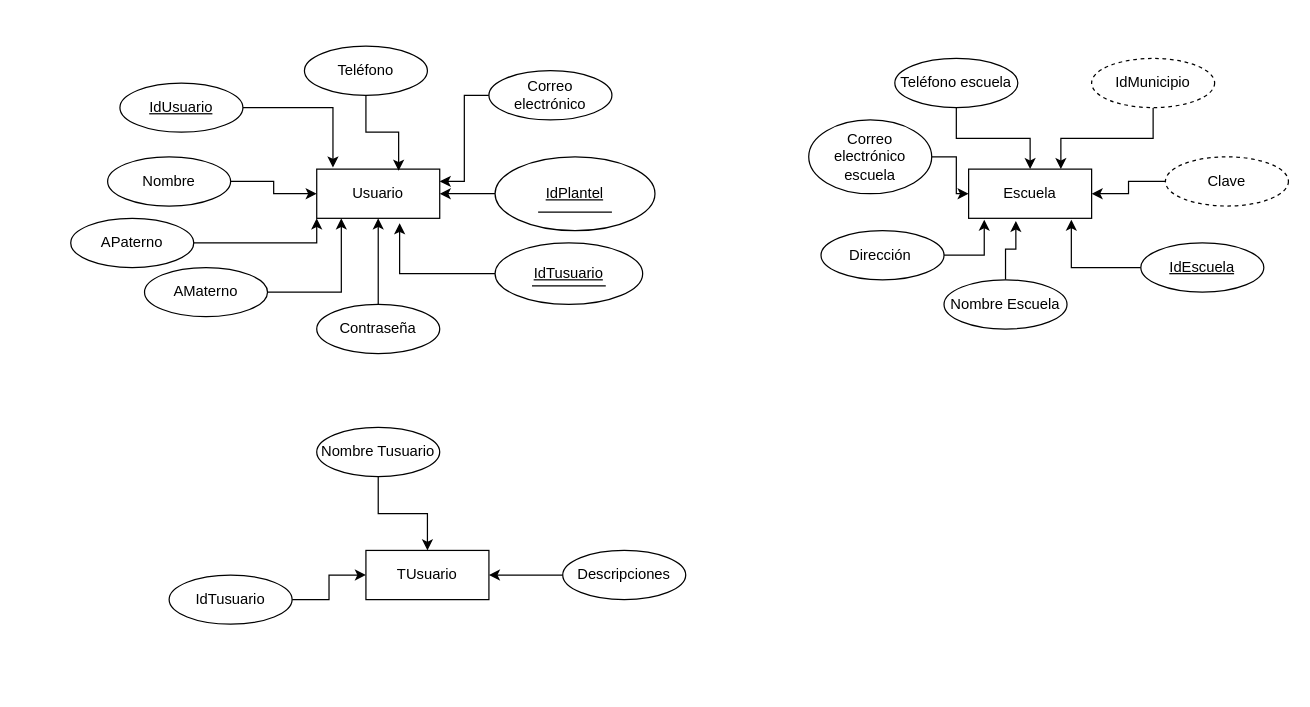
The draw.io diagram page "Modelo ER" (1 of 2) of ER_405.drawio in AlbV5/Contruction_BD, before the edit. Source tidied: cells renumbered, new cells numbered last; positions are measured from the earlier drawing's top-left corner, leaving out a move shared by most shapes. Both pictures are drawn from the tidied source at 123%, with x=0, y=0 at pixel (70, 46).
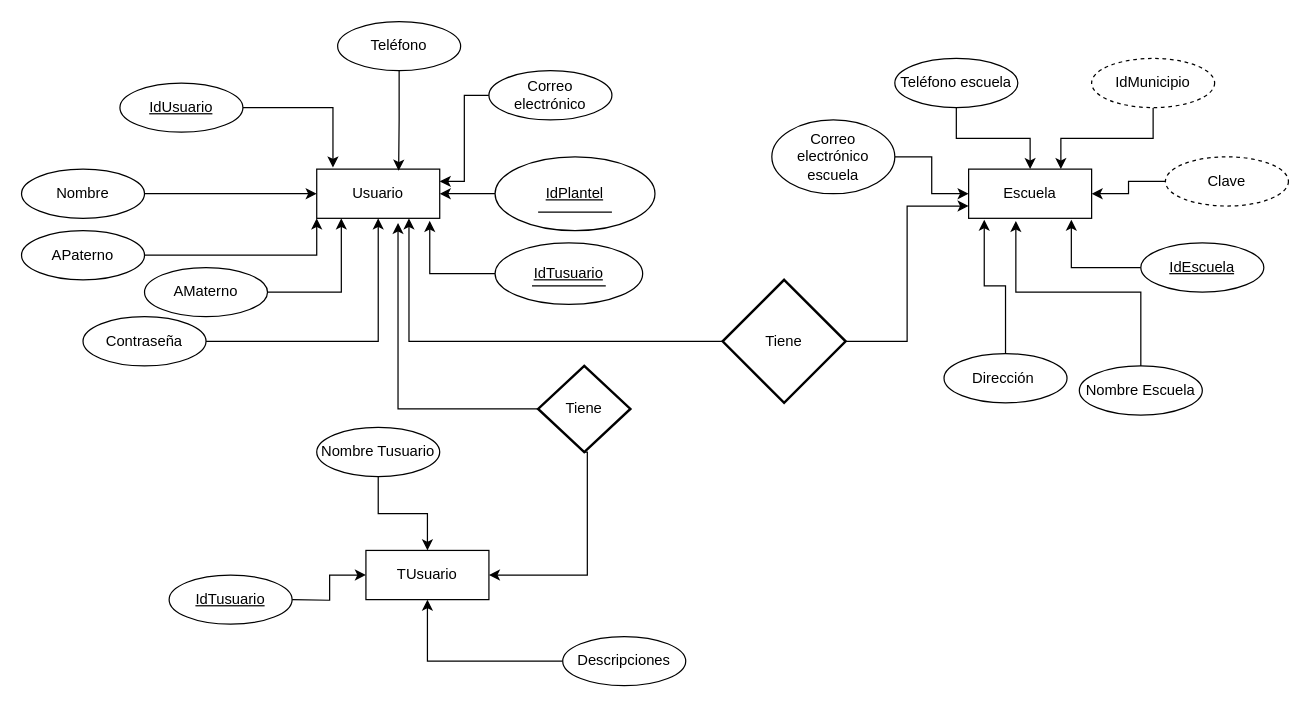
Above is the later version.

Unchanged cells that the change refers to:
```xml
<mxCell id="4" value="Usuario" style="whiteSpace=wrap;html=1;align=center;" parent="1" vertex="1">
  <mxGeometry x="200" y="100" width="100" height="40" as="geometry" />
</mxCell>
<mxCell id="17" value="IdTusuario" style="ellipse;whiteSpace=wrap;html=1;align=center;fontStyle=4;" parent="1" vertex="1">
  <mxGeometry x="345" y="160" width="120" height="50" as="geometry" />
</mxCell>
<mxCell id="24" value="Escuela" style="whiteSpace=wrap;html=1;align=center;" parent="1" vertex="1">
  <mxGeometry x="730" y="100" width="100" height="40" as="geometry" />
</mxCell>
<mxCell id="39" value="TUsuario" style="whiteSpace=wrap;html=1;align=center;" parent="1" vertex="1">
  <mxGeometry x="240" y="410" width="100" height="40" as="geometry" />
</mxCell>
```

Change to the diagram source:
```diff
@@
     <mxCell id="6" value="Teléfono" style="ellipse;whiteSpace=wrap;html=1;align=center;" parent="1" vertex="1">
-      <mxGeometry x="190" width="100" height="40" as="geometry" />
+      <mxGeometry x="217" y="-20" width="100" height="40" as="geometry" />
     </mxCell>
@@
     <mxCell id="10" value="Contraseña" style="ellipse;whiteSpace=wrap;html=1;align=center;" parent="1" vertex="1">
-      <mxGeometry x="200" y="210" width="100" height="40" as="geometry" />
+      <mxGeometry x="10" y="220" width="100" height="40" as="geometry" />
     </mxCell>
@@
     <mxCell id="12" value="APaterno" style="ellipse;whiteSpace=wrap;html=1;align=center;" parent="1" vertex="1">
-      <mxGeometry y="140" width="100" height="40" as="geometry" />
+      <mxGeometry x="-40" y="150" width="100" height="40" as="geometry" />
     </mxCell>
@@
-    <mxCell id="16" style="edgeStyle=orthogonalEdgeStyle;rounded=0;jettySize=auto;html=1;entryX=0.674;entryY=1.1;entryDx=0;entryDy=0;entryPerimeter=0;" parent="1" edge="1" source="17" target="4">
+    <mxCell id="16" style="edgeStyle=orthogonalEdgeStyle;rounded=0;jettySize=auto;html=1;entryX=0.919;entryY=1.05;entryDx=0;entryDy=0;entryPerimeter=0;" parent="1" edge="1" source="17" target="4">
       <mxGeometry relative="1" as="geometry" />
     </mxCell>
@@
     <mxCell id="23" value="Nombre" style="ellipse;whiteSpace=wrap;html=1;align=center;" parent="1" vertex="1">
-      <mxGeometry x="30" y="90" width="100" height="40" as="geometry" />
+      <mxGeometry x="-40" y="100" width="100" height="40" as="geometry" />
     </mxCell>
@@
     <mxCell id="28" value="Correo electrónico escuela" style="ellipse;whiteSpace=wrap;html=1;align=center;" parent="1" vertex="1">
-      <mxGeometry x="600" y="60" width="100" height="60" as="geometry" />
+      <mxGeometry x="570" y="60" width="100" height="60" as="geometry" />
     </mxCell>
@@
     <mxCell id="30" value="Dirección&amp;nbsp;" style="ellipse;whiteSpace=wrap;html=1;align=center;" parent="1" vertex="1">
-      <mxGeometry x="610" y="150" width="100" height="40" as="geometry" />
+      <mxGeometry x="710" y="250" width="100" height="40" as="geometry" />
     </mxCell>
@@
     <mxCell id="32" value="Nombre Escuela" style="ellipse;whiteSpace=wrap;html=1;align=center;" parent="1" vertex="1">
-      <mxGeometry x="710" y="190" width="100" height="40" as="geometry" />
+      <mxGeometry x="820" y="260" width="100" height="40" as="geometry" />
     </mxCell>
@@
-    <mxCell id="42" style="edgeStyle=orthogonalEdgeStyle;rounded=0;jettySize=auto;html=1;" parent="1" edge="1" source="43" target="39">
+    <mxCell id="42" style="edgeStyle=orthogonalEdgeStyle;rounded=0;jettySize=auto;html=1;entryX=0.5;entryY=1;entryDx=0;entryDy=0;" parent="1" edge="1" source="43" target="39">
       <mxGeometry relative="1" as="geometry" />
     </mxCell>
     <mxCell id="43" value="Descripciones" style="ellipse;whiteSpace=wrap;html=1;align=center;" parent="1" vertex="1">
-      <mxGeometry x="400" y="410" width="100" height="40" as="geometry" />
+      <mxGeometry x="400" y="480" width="100" height="40" as="geometry" />
     </mxCell>
-    <mxCell id="44" style="edgeStyle=orthogonalEdgeStyle;rounded=0;jettySize=auto;html=1;" parent="1" edge="1" source="45" target="39">
-      <mxGeometry relative="1" as="geometry" />
+    <mxCell id="44" style="edgeStyle=orthogonalEdgeStyle;rounded=0;jettySize=auto;html=1;" parent="1" edge="1" target="39">
+      <mxGeometry relative="1" as="geometry">
+        <mxPoint x="180" y="450" as="sourcePoint" />
+      </mxGeometry>
     </mxCell>
+    <mxCell id="46" style="edgeStyle=orthogonalEdgeStyle;rounded=0;jettySize=auto;html=1;entryX=0.661;entryY=1.094;entryDx=0;entryDy=0;entryPerimeter=0;" parent="1" edge="1" source="48" target="4">
+      <mxGeometry relative="1" as="geometry" />
+    </mxCell>
+    <mxCell id="47" style="edgeStyle=orthogonalEdgeStyle;rounded=0;jettySize=auto;html=1;entryX=1;entryY=0.5;entryDx=0;entryDy=0;exitX=0.5;exitY=1;exitDx=0;exitDy=0;exitPerimeter=0;" parent="1" edge="1" source="48" target="39">
+      <mxGeometry relative="1" as="geometry">
+        <Array as="points">
+          <mxPoint x="420" y="330" />
+          <mxPoint x="420" y="430" />
+        </Array>
+      </mxGeometry>
+    </mxCell>
+    <mxCell id="48" value="Tiene" style="strokeWidth=2;html=1;shape=mxgraph.flowchart.decision;whiteSpace=wrap;" parent="1" vertex="1">
+      <mxGeometry x="380" y="260" width="75" height="70" as="geometry" />
+    </mxCell>
+    <mxCell id="49" style="edgeStyle=orthogonalEdgeStyle;rounded=0;jettySize=auto;html=1;entryX=0;entryY=0.75;entryDx=0;entryDy=0;" parent="1" edge="1" source="51" target="24">
+      <mxGeometry relative="1" as="geometry" />
+    </mxCell>
+    <mxCell id="50" style="edgeStyle=orthogonalEdgeStyle;rounded=0;jettySize=auto;html=1;entryX=0.75;entryY=1;entryDx=0;entryDy=0;" parent="1" edge="1" source="51" target="4">
+      <mxGeometry relative="1" as="geometry" />
+    </mxCell>
+    <mxCell id="51" value="Tiene" style="strokeWidth=2;html=1;shape=mxgraph.flowchart.decision;whiteSpace=wrap;" parent="1" vertex="1">
+      <mxGeometry x="530" y="190" width="100" height="100" as="geometry" />
+    </mxCell>
-    <mxCell id="45" value="IdTusuario" style="ellipse;whiteSpace=wrap;html=1;align=center;" parent="1" vertex="1">
+    <mxCell id="45" value="IdTusuario" style="ellipse;whiteSpace=wrap;html=1;align=center;fontStyle=4;" parent="1" vertex="1">
       <mxGeometry x="80" y="430" width="100" height="40" as="geometry" />
     </mxCell>
```
